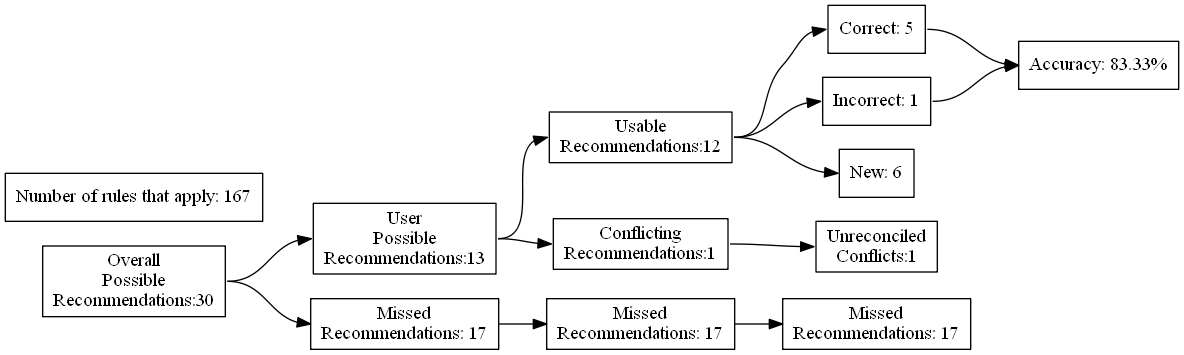
This is test_renders/10.gv.png from ZaxR/ibd_diet_analysis, a Graphviz export, as it was before one commit. Its source is kept beside it as test_renders/10.gv.
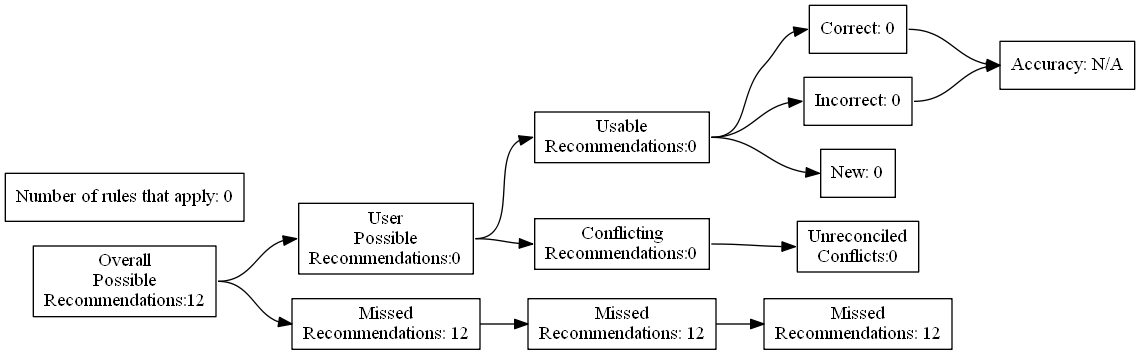
After the commit.

Diff of the diagram source:
```diff
@@ -4,27 +4,27 @@
 	edge [headport=w tailport=e]
 		A [label="Overall
 Possible
-Recommendations:30"]
+Recommendations:12"]
 		B [label="User
 Possible
-Recommendations:13"]
+Recommendations:0"]
 		C [label="Missed
-Recommendations: 17"]
+Recommendations: 12"]
 		D [label="Usable
-Recommendations:12"]
+Recommendations:0"]
 		E [label="Conflicting
-Recommendations:1"]
+Recommendations:0"]
 		J [label="Missed
-Recommendations: 17"]
+Recommendations: 12"]
 		M [label="Unreconciled
-Conflicts:1"]
-		F [label="Correct: 5"]
-		G [label="Incorrect: 1"]
-		H [label="New: 6"]
+Conflicts:0"]
+		F [label="Correct: 0"]
+		G [label="Incorrect: 0"]
+		H [label="New: 0"]
 		K [label="Missed
-Recommendations: 17"]
-		I [label="Accuracy: 83.33%"]
-		l [label="Number of rules that apply: 167"]
+Recommendations: 12"]
+		I [label="Accuracy: N/A"]
+		l [label="Number of rules that apply: 0"]
 			A -> B
 			A -> C
 			B -> D
```
